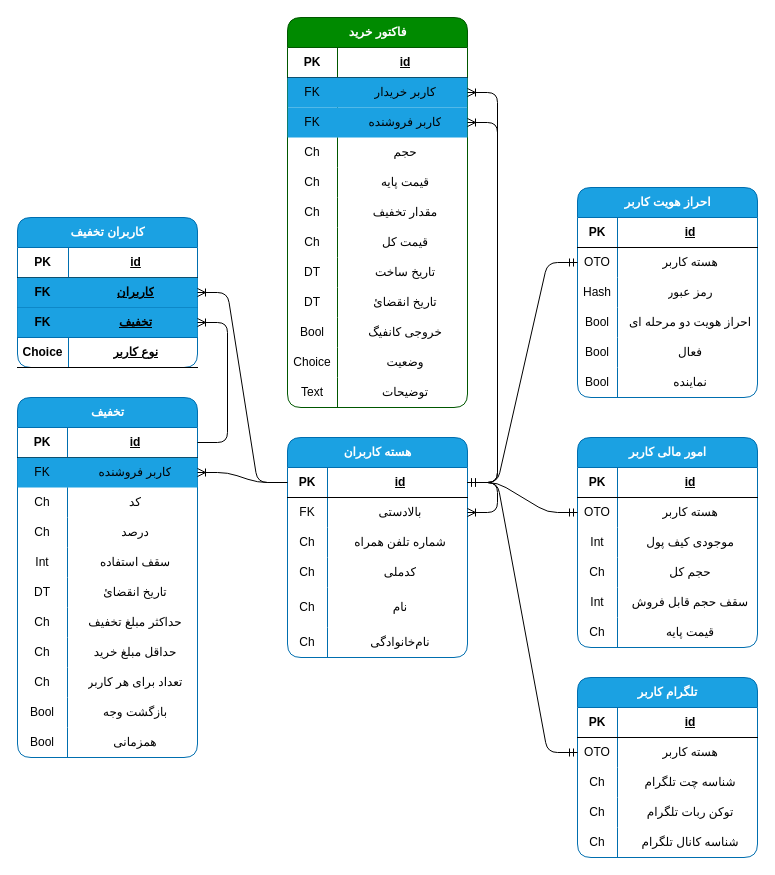
Earlier version of the draw.io diagram DBMap.drawio (rasraz/representative_panel). Source tidied: cells renumbered, new cells numbered last; positions are measured from the earlier drawing's top-left corner, leaving out a move shared by most shapes. Both pictures are drawn from the tidied source at 100%, with x=0, y=0 at pixel (17, 17).
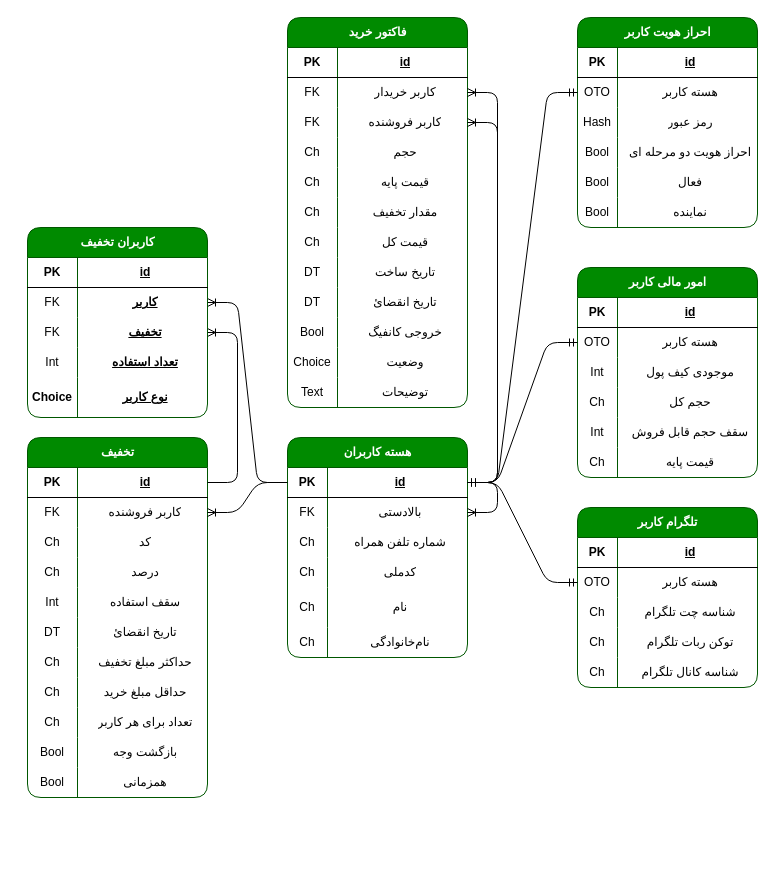
The same page after the edit.

Unchanged cells that the change refers to:
```xml
<mxCell id="15" value="فاکتور خرید" style="shape=table;startSize=30;childLayout=tableLayout;rowLines=0;fontStyle=1;align=center;html=1;rounded=1;fillColor=#008a00;fontColor=#ffffff;strokeColor=#005700;swimlaneFillColor=default;" parent="1" vertex="1">
  <mxGeometry x="270" width="180" height="390" as="geometry" />
</mxCell>
<mxCell id="55" style="shape=tableRow;horizontal=0;startSize=0;swimlaneHead=0;swimlaneBody=0;fillColor=none;points=[[0,0.5],[1,0.5]];portConstraint=eastwest;top=0;left=0;right=0;bottom=1;swimlaneFillColor=default;" parent="54" vertex="1">
  <mxGeometry y="30" width="180" height="30" as="geometry" />
</mxCell>
<mxCell id="90" style="shape=tableRow;horizontal=0;startSize=0;swimlaneHead=0;swimlaneBody=0;fillColor=none;points=[[0,0.5],[1,0.5]];portConstraint=eastwest;top=0;left=0;right=0;bottom=1;swimlaneFillColor=default;" parent="89" vertex="1">
  <mxGeometry y="30" width="180" height="30" as="geometry" />
</mxCell>
```

The edit, as a diff of the source:
```diff
@@
-    <mxCell id="2" value="کاربران تخفیف" style="shape=table;startSize=30;childLayout=tableLayout;rowLines=0;fontStyle=1;align=center;html=1;rounded=1;fillColor=#1ba1e2;fontColor=#ffffff;strokeColor=#006EAF;swimlaneFillColor=default;" parent="1" vertex="1">
-      <mxGeometry y="200" width="180" height="150" as="geometry" />
-    </mxCell>
-    <mxCell id="3" style="shape=tableRow;horizontal=0;startSize=0;swimlaneHead=0;swimlaneBody=0;fillColor=none;top=0;left=0;right=0;bottom=1;swimlaneFillColor=default;" parent="2" vertex="1">
-      <mxGeometry y="30" width="180" height="30" as="geometry" />
-    </mxCell>
-    <mxCell id="4" value="PK" style="shape=partialRectangle;fillColor=none;top=0;left=0;bottom=0;right=0;fontStyle=1;overflow=hidden;whiteSpace=wrap;html=1;swimlaneFillColor=default;" parent="3" vertex="1">
-      <mxGeometry width="51" height="30" as="geometry" />
-    </mxCell>
-    <mxCell id="5" value="id" style="shape=partialRectangle;fillColor=none;top=0;left=0;bottom=0;right=0;align=center;spacingLeft=6;fontStyle=5;overflow=hidden;whiteSpace=wrap;html=1;swimlaneFillColor=default;" parent="3" vertex="1">
-      <mxGeometry x="51" width="129" height="30" as="geometry" />
-    </mxCell>
-    <mxCell id="6" style="shape=tableRow;horizontal=0;startSize=0;swimlaneHead=0;swimlaneBody=0;fillColor=#1ba1e2;points=[[0,0.5],[1,0.5]];portConstraint=eastwest;top=0;left=0;right=0;bottom=1;swimlaneFillColor=default;fontColor=#ffffff;strokeColor=#006EAF;" parent="2" vertex="1">
-      <mxGeometry y="60" width="180" height="30" as="geometry" />
-    </mxCell>
-    <mxCell id="7" value="FK" style="shape=partialRectangle;fillColor=none;top=0;left=0;bottom=0;right=0;fontStyle=1;overflow=hidden;whiteSpace=wrap;html=1;swimlaneFillColor=default;" parent="6" vertex="1">
-      <mxGeometry width="51" height="30" as="geometry" />
-    </mxCell>
-    <mxCell id="8" value="کاربران" style="shape=partialRectangle;fillColor=none;top=0;left=0;bottom=0;right=0;align=center;spacingLeft=6;fontStyle=5;overflow=hidden;whiteSpace=wrap;html=1;swimlaneFillColor=default;" parent="6" vertex="1">
-      <mxGeometry x="51" width="129" height="30" as="geometry" />
-    </mxCell>
-    <mxCell id="9" style="shape=tableRow;horizontal=0;startSize=0;swimlaneHead=0;swimlaneBody=0;fillColor=#1ba1e2;points=[[0,0.5],[1,0.5]];portConstraint=eastwest;top=0;left=0;right=0;bottom=1;swimlaneFillColor=default;fontColor=#ffffff;strokeColor=#006EAF;" parent="2" vertex="1">
-      <mxGeometry y="90" width="180" height="30" as="geometry" />
-    </mxCell>
-    <mxCell id="10" value="FK" style="shape=partialRectangle;fillColor=none;top=0;left=0;bottom=0;right=0;fontStyle=1;overflow=hidden;whiteSpace=wrap;html=1;swimlaneFillColor=default;" parent="9" vertex="1">
-      <mxGeometry width="51" height="30" as="geometry" />
-    </mxCell>
-    <mxCell id="11" value="تخفیف" style="shape=partialRectangle;fillColor=none;top=0;left=0;bottom=0;right=0;align=center;spacingLeft=6;fontStyle=5;overflow=hidden;whiteSpace=wrap;html=1;swimlaneFillColor=default;" parent="9" vertex="1">
-      <mxGeometry x="51" width="129" height="30" as="geometry" />
-    </mxCell>
-    <mxCell id="12" style="shape=tableRow;horizontal=0;startSize=0;swimlaneHead=0;swimlaneBody=0;fillColor=none;top=0;left=0;right=0;bottom=1;swimlaneFillColor=default;" parent="2" vertex="1">
-      <mxGeometry y="120" width="180" height="30" as="geometry" />
-    </mxCell>
-    <mxCell id="13" value="Choice" style="shape=partialRectangle;fillColor=none;top=0;left=0;bottom=0;right=0;fontStyle=1;overflow=hidden;whiteSpace=wrap;html=1;swimlaneFillColor=default;" parent="12" vertex="1">
-      <mxGeometry width="51" height="30" as="geometry" />
-    </mxCell>
-    <mxCell id="14" value="نوع کاربر" style="shape=partialRectangle;fillColor=none;top=0;left=0;bottom=0;right=0;align=center;spacingLeft=6;fontStyle=5;overflow=hidden;whiteSpace=wrap;html=1;swimlaneFillColor=default;" parent="12" vertex="1">
-      <mxGeometry x="51" width="129" height="30" as="geometry" />
-    </mxCell>
@@
-    <mxCell id="19" style="shape=tableRow;horizontal=0;startSize=0;swimlaneHead=0;swimlaneBody=0;fillColor=#1ba1e2;points=[[0,0.5],[1,0.5]];portConstraint=eastwest;top=0;left=0;right=0;bottom=0;swimlaneFillColor=default;fontColor=#ffffff;strokeColor=#006EAF;" parent="15" vertex="1">
+    <mxCell id="19" style="shape=tableRow;horizontal=0;startSize=0;swimlaneHead=0;swimlaneBody=0;fillColor=none;points=[[0,0.5],[1,0.5]];portConstraint=eastwest;top=0;left=0;right=0;bottom=0;swimlaneFillColor=default;fontColor=#ffffff;strokeColor=#006EAF;" parent="15" vertex="1">
       <mxGeometry y="60" width="180" height="30" as="geometry" />
     </mxCell>
@@
-    <mxCell id="22" style="shape=tableRow;horizontal=0;startSize=0;swimlaneHead=0;swimlaneBody=0;fillColor=#1ba1e2;points=[[0,0.5],[1,0.5]];portConstraint=eastwest;top=0;left=0;right=0;bottom=0;swimlaneFillColor=default;fontColor=#ffffff;strokeColor=#006EAF;" parent="15" vertex="1">
+    <mxCell id="22" style="shape=tableRow;horizontal=0;startSize=0;swimlaneHead=0;swimlaneBody=0;fillColor=none;points=[[0,0.5],[1,0.5]];portConstraint=eastwest;top=0;left=0;right=0;bottom=0;swimlaneFillColor=default;fontColor=#ffffff;strokeColor=#006EAF;" parent="15" vertex="1">
       <mxGeometry y="90" width="180" height="30" as="geometry" />
     </mxCell>
@@
-    <mxCell id="54" value="تخفیف" style="shape=table;startSize=30;childLayout=tableLayout;rowLines=0;fontStyle=1;align=center;html=1;rounded=1;fillColor=#1ba1e2;fontColor=#ffffff;strokeColor=#006EAF;swimlaneFillColor=default;" parent="1" vertex="1">
-      <mxGeometry y="380" width="180" height="360" as="geometry" />
+    <mxCell id="54" value="تخفیف" style="shape=table;startSize=30;childLayout=tableLayout;rowLines=0;fontStyle=1;align=center;html=1;rounded=1;fillColor=#008a00;fontColor=#ffffff;strokeColor=#005700;swimlaneFillColor=default;" parent="1" vertex="1">
+      <mxGeometry x="10" y="420" width="180" height="360" as="geometry" />
     </mxCell>
@@
-    <mxCell id="58" style="shape=tableRow;horizontal=0;startSize=0;swimlaneHead=0;swimlaneBody=0;fillColor=#1ba1e2;points=[[0,0.5],[1,0.5]];portConstraint=eastwest;top=0;left=0;right=0;bottom=0;swimlaneFillColor=default;fontColor=#ffffff;strokeColor=#006EAF;" parent="54" vertex="1">
+    <mxCell id="58" style="shape=tableRow;horizontal=0;startSize=0;swimlaneHead=0;swimlaneBody=0;fillColor=none;points=[[0,0.5],[1,0.5]];portConstraint=eastwest;top=0;left=0;right=0;bottom=0;swimlaneFillColor=default;fontColor=#ffffff;strokeColor=#006EAF;" parent="54" vertex="1">
       <mxGeometry y="60" width="180" height="30" as="geometry" />
     </mxCell>
@@
-    <mxCell id="89" value="هسته کاربران" style="shape=table;startSize=30;childLayout=tableLayout;rowLines=0;fontStyle=1;align=center;html=1;rounded=1;fillColor=#1ba1e2;fontColor=#ffffff;strokeColor=#006EAF;swimlaneFillColor=default;" parent="1" vertex="1">
+    <mxCell id="89" value="هسته کاربران" style="shape=table;startSize=30;childLayout=tableLayout;rowLines=0;fontStyle=1;align=center;html=1;rounded=1;fillColor=#008a00;fontColor=#ffffff;strokeColor=#005700;swimlaneFillColor=default;" parent="1" vertex="1">
       <mxGeometry x="270" y="420" width="180" height="220" as="geometry" />
     </mxCell>
@@
-    <mxCell id="109" value="احراز هویت کاربر" style="shape=table;startSize=30;childLayout=tableLayout;rowLines=0;fontStyle=1;align=center;html=1;rounded=1;fillColor=#1ba1e2;fontColor=#ffffff;strokeColor=#006EAF;swimlaneFillColor=default;" parent="1" vertex="1">
-      <mxGeometry x="560" y="170" width="180" height="210" as="geometry" />
+    <mxCell id="109" value="احراز هویت کاربر" style="shape=table;startSize=30;childLayout=tableLayout;rowLines=0;fontStyle=1;align=center;html=1;rounded=1;fillColor=#008a00;fontColor=#ffffff;strokeColor=#005700;swimlaneFillColor=default;" parent="1" vertex="1">
+      <mxGeometry x="560" width="180" height="210" as="geometry" />
     </mxCell>
@@
-    <mxCell id="113" style="shape=tableRow;horizontal=0;startSize=0;swimlaneHead=0;swimlaneBody=0;fillColor=none;points=[[0,0.5],[1,0.5]];portConstraint=eastwest;top=0;left=0;right=0;bottom=0;swimlaneFillColor=default;" parent="109" vertex="1">
+    <mxCell id="113" style="shape=tableRow;horizontal=0;startSize=0;swimlaneHead=0;swimlaneBody=0;fillColor=none;points=[[0,0.5],[1,0.5]];portConstraint=eastwest;top=0;left=0;right=0;bottom=0;swimlaneFillColor=default;fontColor=#ffffff;strokeColor=#006EAF;" parent="109" vertex="1">
       <mxGeometry y="60" width="180" height="30" as="geometry" />
     </mxCell>
@@
-    <mxCell id="128" value="امور مالی کاربر" style="shape=table;startSize=30;childLayout=tableLayout;rowLines=0;fontStyle=1;align=center;html=1;rounded=1;fillColor=#1ba1e2;fontColor=#ffffff;strokeColor=#006EAF;swimlaneFillColor=default;" parent="1" vertex="1">
-      <mxGeometry x="560" y="420" width="180" height="210" as="geometry" />
+    <mxCell id="128" value="امور مالی کاربر" style="shape=table;startSize=30;childLayout=tableLayout;rowLines=0;fontStyle=1;align=center;html=1;rounded=1;fillColor=#008a00;fontColor=#ffffff;strokeColor=#005700;swimlaneFillColor=default;" parent="1" vertex="1">
+      <mxGeometry x="560" y="250" width="180" height="210" as="geometry" />
     </mxCell>
@@
-    <mxCell id="132" style="shape=tableRow;horizontal=0;startSize=0;swimlaneHead=0;swimlaneBody=0;fillColor=none;points=[[0,0.5],[1,0.5]];portConstraint=eastwest;top=0;left=0;right=0;bottom=0;swimlaneFillColor=default;" parent="128" vertex="1">
+    <mxCell id="132" style="shape=tableRow;horizontal=0;startSize=0;swimlaneHead=0;swimlaneBody=0;fillColor=none;points=[[0,0.5],[1,0.5]];portConstraint=eastwest;top=0;left=0;right=0;bottom=0;swimlaneFillColor=default;fontColor=#ffffff;strokeColor=#006EAF;" parent="128" vertex="1">
       <mxGeometry y="60" width="180" height="30" as="geometry" />
     </mxCell>
@@
-    <mxCell id="147" value="تلگرام کاربر" style="shape=table;startSize=30;childLayout=tableLayout;rowLines=0;fontStyle=1;align=center;html=1;rounded=1;fillColor=#1ba1e2;fontColor=#ffffff;strokeColor=#006EAF;swimlaneFillColor=default;" parent="1" vertex="1">
-      <mxGeometry x="560" y="660" width="180" height="180" as="geometry" />
+    <mxCell id="147" value="تلگرام کاربر" style="shape=table;startSize=30;childLayout=tableLayout;rowLines=0;fontStyle=1;align=center;html=1;rounded=1;fillColor=#008a00;fontColor=#ffffff;strokeColor=#005700;swimlaneFillColor=default;" parent="1" vertex="1">
+      <mxGeometry x="560" y="490" width="180" height="180" as="geometry" />
     </mxCell>
@@
-    <mxCell id="151" style="shape=tableRow;horizontal=0;startSize=0;swimlaneHead=0;swimlaneBody=0;fillColor=none;points=[[0,0.5],[1,0.5]];portConstraint=eastwest;top=0;left=0;right=0;bottom=0;swimlaneFillColor=default;" parent="147" vertex="1">
+    <mxCell id="151" style="shape=tableRow;horizontal=0;startSize=0;swimlaneHead=0;swimlaneBody=0;fillColor=none;points=[[0,0.5],[1,0.5]];portConstraint=eastwest;top=0;left=0;right=0;bottom=0;swimlaneFillColor=default;fontColor=#ffffff;strokeColor=#006EAF;" parent="147" vertex="1">
       <mxGeometry y="60" width="180" height="30" as="geometry" />
     </mxCell>
@@
-    <mxCell id="166" style="edgeStyle=entityRelationEdgeStyle;fontSize=12;html=1;endArrow=ERoneToMany;rounded=1;curved=0;" parent="1" edge="1" source="55" target="9">
+    <mxCell id="166" style="edgeStyle=entityRelationEdgeStyle;fontSize=12;html=1;endArrow=ERoneToMany;rounded=1;curved=0;" parent="1" edge="1" source="55" target="171">
       <mxGeometry relative="1" as="geometry" />
     </mxCell>
-    <mxCell id="167" style="edgeStyle=entityRelationEdgeStyle;fontSize=12;html=1;endArrow=ERoneToMany;rounded=1;curved=0;" parent="1" edge="1" source="90" target="6">
+    <mxCell id="167" style="edgeStyle=entityRelationEdgeStyle;fontSize=12;html=1;endArrow=ERoneToMany;rounded=1;curved=0;" parent="1" edge="1" source="90" target="168">
       <mxGeometry relative="1" as="geometry" />
     </mxCell>
+    <mxCell id="2" value="کاربران تخفیف" style="shape=table;startSize=30;childLayout=tableLayout;rowLines=0;fontStyle=1;align=center;html=1;rounded=1;fillColor=#008a00;fontColor=#ffffff;strokeColor=#005700;swimlaneFillColor=default;" parent="1" vertex="1">
+      <mxGeometry x="10" y="210" width="180" height="190" as="geometry" />
+    </mxCell>
+    <mxCell id="3" style="shape=tableRow;horizontal=0;startSize=0;swimlaneHead=0;swimlaneBody=0;fillColor=none;top=0;left=0;right=0;bottom=1;swimlaneFillColor=default;" parent="2" vertex="1">
+      <mxGeometry y="30" width="180" height="30" as="geometry" />
+    </mxCell>
+    <mxCell id="4" value="PK" style="shape=partialRectangle;fillColor=none;top=0;left=0;bottom=0;right=0;fontStyle=1;overflow=hidden;whiteSpace=wrap;html=1;swimlaneFillColor=default;" parent="3" vertex="1">
+      <mxGeometry width="50" height="30" as="geometry" />
+    </mxCell>
+    <mxCell id="5" value="id" style="shape=partialRectangle;fillColor=none;top=0;left=0;bottom=0;right=0;align=center;spacingLeft=6;fontStyle=5;overflow=hidden;whiteSpace=wrap;html=1;swimlaneFillColor=default;" parent="3" vertex="1">
+      <mxGeometry x="50" width="130" height="30" as="geometry" />
+    </mxCell>
+    <mxCell id="168" style="shape=tableRow;horizontal=0;startSize=0;swimlaneHead=0;swimlaneBody=0;fillColor=none;points=[[0,0.5],[1,0.5]];portConstraint=eastwest;top=0;left=0;right=0;bottom=0;swimlaneFillColor=default;fontColor=#ffffff;strokeColor=#006EAF;" parent="2" vertex="1">
+      <mxGeometry y="60" width="180" height="30" as="geometry" />
+    </mxCell>
+    <mxCell id="169" value="FK" style="shape=partialRectangle;fillColor=none;top=0;left=0;bottom=0;right=0;overflow=hidden;whiteSpace=wrap;html=1;swimlaneFillColor=default;" parent="168" vertex="1">
+      <mxGeometry width="50" height="30" as="geometry" />
+    </mxCell>
+    <mxCell id="170" value="&lt;span style=&quot;font-weight: 700; text-decoration-line: underline;&quot;&gt;کاربر&lt;/span&gt;" style="shape=partialRectangle;fillColor=none;top=0;left=0;bottom=0;right=0;align=center;spacingLeft=6;overflow=hidden;whiteSpace=wrap;html=1;swimlaneFillColor=default;" parent="168" vertex="1">
+      <mxGeometry x="50" width="130" height="30" as="geometry" />
+    </mxCell>
+    <mxCell id="171" style="shape=tableRow;horizontal=0;startSize=0;swimlaneHead=0;swimlaneBody=0;fillColor=none;points=[[0,0.5],[1,0.5]];portConstraint=eastwest;top=0;left=0;right=0;bottom=0;swimlaneFillColor=default;" parent="2" vertex="1">
+      <mxGeometry y="90" width="180" height="30" as="geometry" />
+    </mxCell>
+    <mxCell id="172" value="FK" style="shape=partialRectangle;fillColor=none;top=0;left=0;bottom=0;right=0;overflow=hidden;whiteSpace=wrap;html=1;swimlaneFillColor=default;" parent="171" vertex="1">
+      <mxGeometry width="50" height="30" as="geometry" />
+    </mxCell>
+    <mxCell id="11" value="&lt;span style=&quot;font-weight: 700; text-decoration-line: underline;&quot;&gt;تخفیف&lt;/span&gt;" style="shape=partialRectangle;fillColor=none;top=0;left=0;bottom=0;right=0;align=center;spacingLeft=6;overflow=hidden;whiteSpace=wrap;html=1;swimlaneFillColor=default;" parent="171" vertex="1">
+      <mxGeometry x="50" width="130" height="30" as="geometry" />
+    </mxCell>
+    <mxCell id="173" style="shape=tableRow;horizontal=0;startSize=0;swimlaneHead=0;swimlaneBody=0;fillColor=none;top=0;left=0;right=0;bottom=0;swimlaneFillColor=default;" parent="2" vertex="1">
+      <mxGeometry y="120" width="180" height="30" as="geometry" />
+    </mxCell>
+    <mxCell id="174" value="Int" style="shape=partialRectangle;fillColor=none;top=0;left=0;bottom=0;right=0;overflow=hidden;whiteSpace=wrap;html=1;swimlaneFillColor=default;" parent="173" vertex="1">
+      <mxGeometry width="50" height="30" as="geometry" />
+    </mxCell>
+    <mxCell id="175" value="&lt;span style=&quot;font-weight: 700; text-decoration-line: underline;&quot;&gt;تعداد استفاده&lt;/span&gt;" style="shape=partialRectangle;fillColor=none;top=0;left=0;bottom=0;right=0;align=center;spacingLeft=6;overflow=hidden;whiteSpace=wrap;html=1;swimlaneFillColor=default;" parent="173" vertex="1">
+      <mxGeometry x="50" width="130" height="30" as="geometry" />
+    </mxCell>
+    <mxCell id="176" style="shape=tableRow;horizontal=0;startSize=0;swimlaneHead=0;swimlaneBody=0;fillColor=none;top=0;left=0;right=0;bottom=0;swimlaneFillColor=default;" parent="2" vertex="1">
+      <mxGeometry y="150" width="180" height="40" as="geometry" />
+    </mxCell>
+    <mxCell id="13" value="&lt;span style=&quot;font-weight: 700;&quot;&gt;Choice&lt;/span&gt;" style="shape=partialRectangle;fillColor=none;top=0;left=0;bottom=0;right=0;overflow=hidden;whiteSpace=wrap;html=1;swimlaneFillColor=default;" parent="176" vertex="1">
+      <mxGeometry width="50" height="40" as="geometry" />
+    </mxCell>
+    <mxCell id="14" value="&lt;span style=&quot;font-weight: 700; text-decoration-line: underline;&quot;&gt;نوع کاربر&lt;/span&gt;" style="shape=partialRectangle;fillColor=none;top=0;left=0;bottom=0;right=0;align=center;spacingLeft=6;overflow=hidden;whiteSpace=wrap;html=1;swimlaneFillColor=default;" parent="176" vertex="1">
+      <mxGeometry x="50" width="130" height="40" as="geometry" />
+    </mxCell>
```
